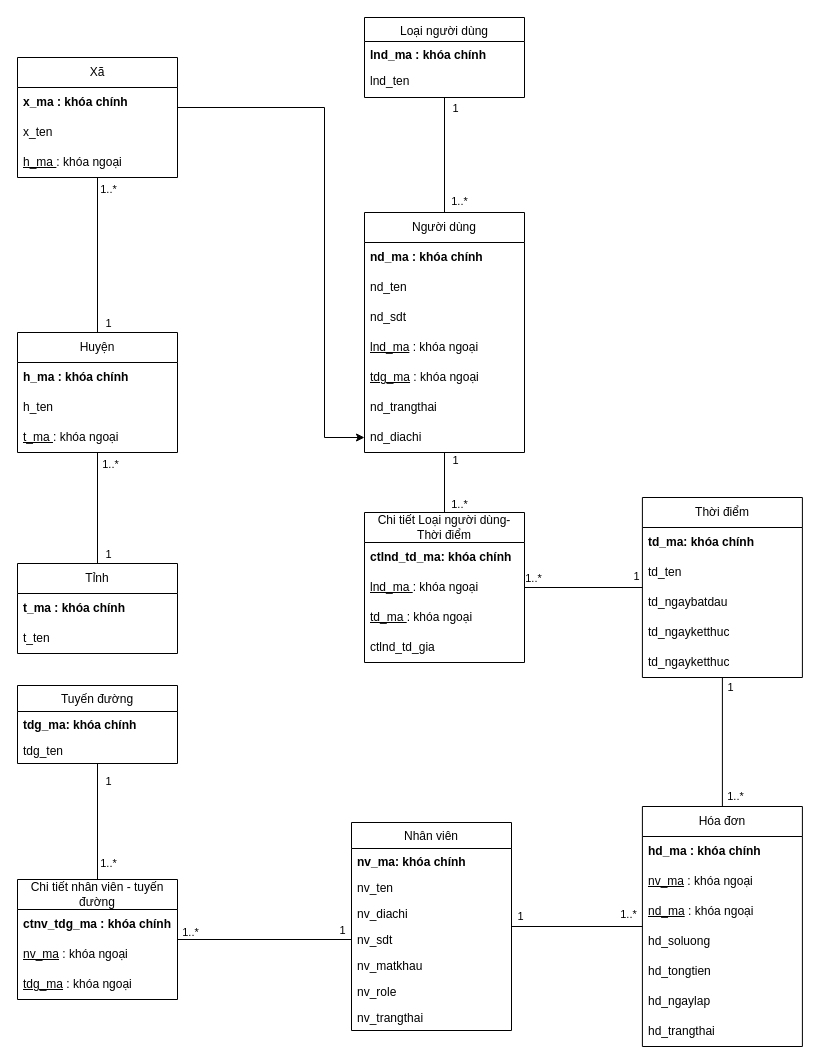
Above: Untitled Diagram.drawio in vinhb2012055/HTTT (draw.io), before the change. Source tidied: cells renumbered, new cells numbered last; positions are measured from the earlier drawing's top-left corner, leaving out a move shared by most shapes. Both pictures are drawn from the tidied source at 100%, with x=0, y=0 at pixel (17, 17).
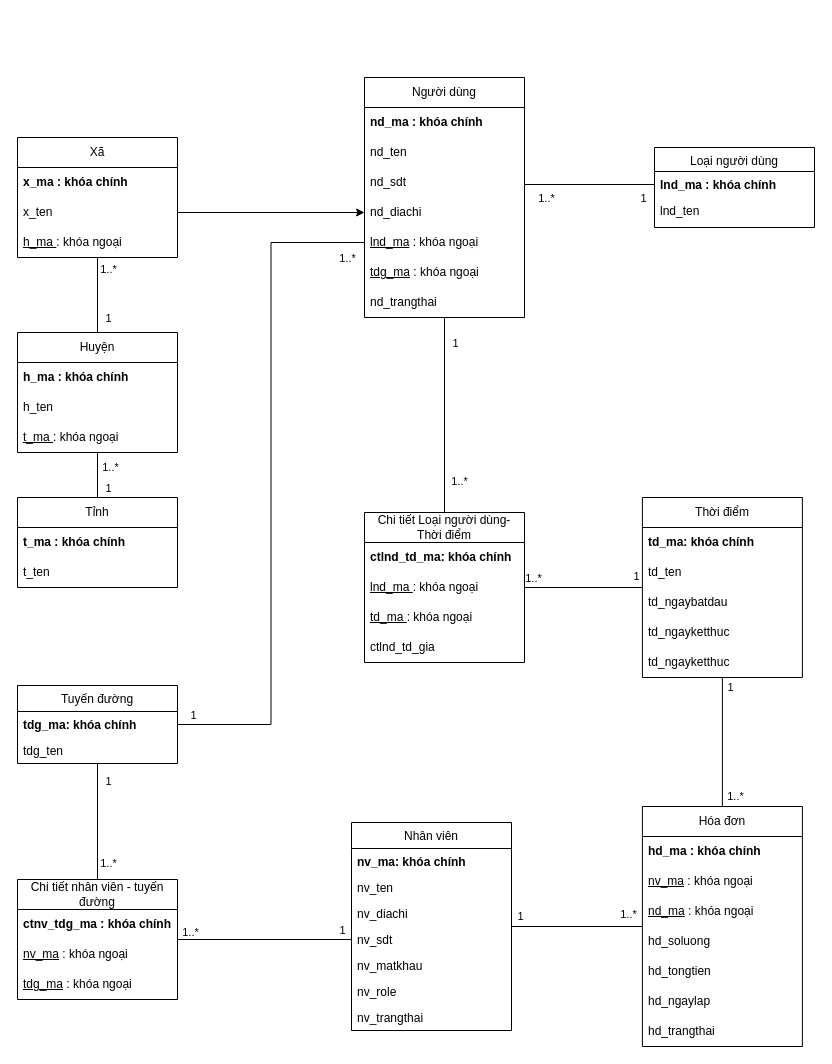
The same diagram, later.

The change refers to these unchanged cells:
```xml
<mxCell id="6" value="lnd_ma : khóa chính" style="text;align=left;verticalAlign=top;spacingLeft=4;spacingRight=4;overflow=hidden;points=[[0,0.5],[1,0.5]];portConstraint=eastwest;fontStyle=1;" parent="5" vertex="1">
  <mxGeometry y="24" width="160" height="26" as="geometry" />
</mxCell>
<mxCell id="9" value="tdg_ma: khóa chính" style="text;align=left;verticalAlign=top;spacingLeft=4;spacingRight=4;overflow=hidden;points=[[0,0.5],[1,0.5]];portConstraint=eastwest;fontStyle=1;" parent="8" vertex="1">
  <mxGeometry y="26" width="160" height="26" as="geometry" />
</mxCell>
<mxCell id="42" style="edgeStyle=orthogonalEdgeStyle;rounded=0;jettySize=auto;html=1;exitX=0.5;exitY=0;exitDx=0;exitDy=0;endArrow=none;endFill=0;" parent="1" edge="1" source="45" target="51">
  <mxGeometry relative="1" as="geometry" />
</mxCell>
<mxCell id="48" style="edgeStyle=orthogonalEdgeStyle;rounded=0;jettySize=auto;html=1;endArrow=none;endFill=0;" parent="1" edge="1" source="51" target="56">
  <mxGeometry relative="1" as="geometry" />
</mxCell>
<mxCell id="58" value="x_ten" style="text;strokeColor=none;fillColor=none;align=left;verticalAlign=middle;spacingLeft=4;spacingRight=4;overflow=hidden;points=[[0,0.5],[1,0.5]];portConstraint=eastwest;whiteSpace=wrap;html=1;" parent="56" vertex="1">
  <mxGeometry y="60" width="160" height="30" as="geometry" />
</mxCell>
<mxCell id="63" value="nd_sdt" style="text;strokeColor=none;fillColor=none;align=left;verticalAlign=middle;spacingLeft=4;spacingRight=4;overflow=hidden;points=[[0,0.5],[1,0.5]];portConstraint=eastwest;whiteSpace=wrap;html=1;" parent="60" vertex="1">
  <mxGeometry y="90" width="160" height="30" as="geometry" />
</mxCell>
```

The edit, as a diff of the source:
```diff
@@
-    <mxCell id="2" style="edgeStyle=orthogonalEdgeStyle;rounded=0;jettySize=auto;html=1;exitX=0.5;exitY=1;exitDx=0;exitDy=0;entryX=0.5;entryY=0;entryDx=0;entryDy=0;endArrow=none;endFill=0;" parent="1" edge="1" source="5" target="60">
-      <mxGeometry relative="1" as="geometry" />
+    <mxCell id="2" style="edgeStyle=orthogonalEdgeStyle;rounded=0;jettySize=auto;html=1;exitX=0;exitY=0.5;exitDx=0;exitDy=0;entryX=1;entryY=0.5;entryDx=0;entryDy=0;endArrow=none;endFill=0;" parent="1" edge="1" source="6" target="63">
+      <mxGeometry relative="1" as="geometry">
+        <Array as="points">
+          <mxPoint x="507" y="167" />
+        </Array>
+      </mxGeometry>
     </mxCell>
     <mxCell id="3" value="1" style="edgeLabel;html=1;align=center;verticalAlign=middle;" parent="2" vertex="1">
       <mxGeometry x="-0.71" y="3" relative="1" as="geometry">
-        <mxPoint x="7" y="-7" as="offset" />
+        <mxPoint x="7" y="10" as="offset" />
       </mxGeometry>
     </mxCell>
     <mxCell id="4" value="1..*" style="edgeLabel;html=1;align=center;verticalAlign=middle;" parent="2" vertex="1">
       <mxGeometry x="0.65" y="-1" relative="1" as="geometry">
-        <mxPoint x="15" y="8" as="offset" />
+        <mxPoint y="14" as="offset" />
       </mxGeometry>
     </mxCell>
     <mxCell id="5" value="Loại người dùng" style="swimlane;fontStyle=0;align=center;verticalAlign=top;horizontal=1;startSize=24;rounded=0;shadow=0;strokeWidth=1;" parent="1" vertex="1">
-      <mxGeometry x="347" width="160" height="80" as="geometry" />
+      <mxGeometry x="637" y="130" width="160" height="80" as="geometry" />
     </mxCell>
@@
     <mxCell id="43" value="1..*" style="edgeLabel;html=1;align=center;verticalAlign=middle;" parent="42" vertex="1">
       <mxGeometry x="0.76" y="-1" relative="1" as="geometry">
-        <mxPoint x="11" y="-2" as="offset" />
+        <mxPoint x="11" y="9" as="offset" />
       </mxGeometry>
     </mxCell>
     <mxCell id="44" value="1" style="edgeLabel;html=1;align=center;verticalAlign=middle;" parent="42" vertex="1">
       <mxGeometry x="-0.7" y="1" relative="1" as="geometry">
-        <mxPoint x="11" y="7" as="offset" />
+        <mxPoint x="11" y="-3" as="offset" />
       </mxGeometry>
     </mxCell>
     <mxCell id="45" value="Tỉnh" style="swimlane;fontStyle=0;horizontal=1;startSize=30;whiteSpace=wrap;html=1;" parent="1" vertex="1">
-      <mxGeometry y="546" width="160" height="90" as="geometry" />
+      <mxGeometry y="480" width="160" height="90" as="geometry" />
     </mxCell>
@@
     <mxCell id="49" value="1..*" style="edgeLabel;html=1;align=center;verticalAlign=middle;" parent="48" vertex="1">
       <mxGeometry x="0.77" y="2" relative="1" as="geometry">
-        <mxPoint x="12" y="-7" as="offset" />
+        <mxPoint x="12" y="2" as="offset" />
       </mxGeometry>
     </mxCell>
     <mxCell id="50" value="1" style="edgeLabel;html=1;align=center;verticalAlign=middle;" parent="48" vertex="1">
       <mxGeometry x="-0.73" y="-1" relative="1" as="geometry">
-        <mxPoint x="9" y="11" as="offset" />
+        <mxPoint x="9" y="-5" as="offset" />
       </mxGeometry>
     </mxCell>
@@
-    <mxCell id="55" style="edgeStyle=orthogonalEdgeStyle;rounded=0;jettySize=auto;html=1;" parent="1" edge="1" source="56" target="67">
-      <mxGeometry relative="1" as="geometry">
-        <Array as="points">
-          <mxPoint x="307" y="90" />
-          <mxPoint x="307" y="420" />
-        </Array>
-      </mxGeometry>
-    </mxCell>
     <mxCell id="56" value="Xã" style="swimlane;fontStyle=0;horizontal=1;startSize=30;whiteSpace=wrap;html=1;" parent="1" vertex="1">
-      <mxGeometry y="40" width="160" height="120" as="geometry" />
+      <mxGeometry y="120" width="160" height="120" as="geometry" />
     </mxCell>
@@
     <mxCell id="60" value="Người dùng" style="swimlane;fontStyle=0;horizontal=1;startSize=30;whiteSpace=wrap;html=1;" parent="1" vertex="1">
-      <mxGeometry x="347" y="195" width="160" height="240" as="geometry" />
+      <mxGeometry x="347" y="60" width="160" height="240" as="geometry" />
     </mxCell>
@@
+    <mxCell id="67" value="nd_diachi" style="text;strokeColor=none;fillColor=none;align=left;verticalAlign=middle;spacingLeft=4;spacingRight=4;overflow=hidden;points=[[0,0.5],[1,0.5]];portConstraint=eastwest;whiteSpace=wrap;html=1;" parent="60" vertex="1">
+      <mxGeometry y="120" width="160" height="30" as="geometry" />
+    </mxCell>
     <mxCell id="64" value="&lt;u&gt;lnd_ma&lt;/u&gt; : khóa ngoại" style="text;strokeColor=none;fillColor=none;align=left;verticalAlign=middle;spacingLeft=4;spacingRight=4;overflow=hidden;points=[[0,0.5],[1,0.5]];portConstraint=eastwest;whiteSpace=wrap;html=1;" parent="60" vertex="1">
-      <mxGeometry y="120" width="160" height="30" as="geometry" />
+      <mxGeometry y="150" width="160" height="30" as="geometry" />
     </mxCell>
     <mxCell id="65" value="&lt;u&gt;tdg_ma&lt;/u&gt; : khóa ngoại" style="text;strokeColor=none;fillColor=none;align=left;verticalAlign=middle;spacingLeft=4;spacingRight=4;overflow=hidden;whiteSpace=wrap;html=1;" parent="60" vertex="1">
-      <mxGeometry y="150" width="160" height="30" as="geometry" />
+      <mxGeometry y="180" width="160" height="30" as="geometry" />
     </mxCell>
     <mxCell id="66" value="nd_trangthai" style="text;strokeColor=none;fillColor=none;align=left;verticalAlign=middle;spacingLeft=4;spacingRight=4;overflow=hidden;whiteSpace=wrap;html=1;" parent="60" vertex="1">
-      <mxGeometry y="180" width="160" height="30" as="geometry" />
+      <mxGeometry y="210" width="160" height="30" as="geometry" />
     </mxCell>
-    <mxCell id="67" value="nd_diachi" style="text;strokeColor=none;fillColor=none;align=left;verticalAlign=middle;spacingLeft=4;spacingRight=4;overflow=hidden;points=[[0,0.5],[1,0.5]];portConstraint=eastwest;whiteSpace=wrap;html=1;" parent="60" vertex="1">
-      <mxGeometry y="210" width="160" height="30" as="geometry" />
-    </mxCell>
@@
+    <mxCell id="86" style="edgeStyle=orthogonalEdgeStyle;rounded=0;jettySize=auto;html=1;entryX=1;entryY=0.5;entryDx=0;entryDy=0;endArrow=none;endFill=0;" parent="1" edge="1" source="64" target="9">
+      <mxGeometry relative="1" as="geometry" />
+    </mxCell>
+    <mxCell id="87" value="1..*" style="edgeLabel;html=1;align=center;verticalAlign=middle;" parent="86" vertex="1">
+      <mxGeometry x="-0.94" y="1" relative="1" as="geometry">
+        <mxPoint x="2" y="14" as="offset" />
+      </mxGeometry>
+    </mxCell>
+    <mxCell id="88" value="1" style="edgeLabel;html=1;align=center;verticalAlign=middle;" parent="86" vertex="1">
+      <mxGeometry x="0.9" y="-1" relative="1" as="geometry">
+        <mxPoint x="-18" y="-9" as="offset" />
+      </mxGeometry>
+    </mxCell>
+    <mxCell id="89" style="edgeStyle=orthogonalEdgeStyle;rounded=0;jettySize=auto;html=1;exitX=1;exitY=0.5;exitDx=0;exitDy=0;" parent="1" edge="1" source="58" target="67">
+      <mxGeometry relative="1" as="geometry" />
+    </mxCell>
```
